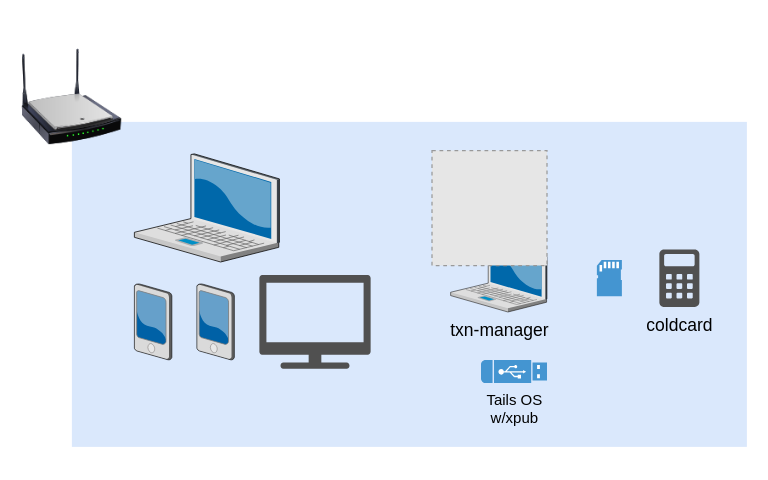
This is page "Level-3" (3 of 12) of saving.drawio from rschristopher/rschristopher.github.io, a draw.io file, before an edit. Source tidied: cells renumbered, new cells numbered last; positions are measured from the earlier drawing's top-left corner, leaving out a move shared by most shapes. Both pictures are drawn from the tidied source at 125%, with x=0, y=0 at pixel (21, 46). Pictures stored in the file or linked from it are replaced by grey dashed boxes.
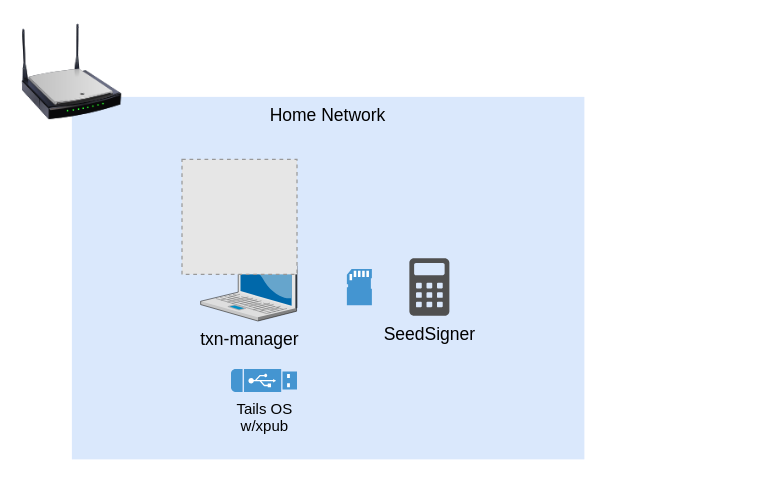
After the change.

Change to the diagram source:
```diff
@@
 <mxGraphModel>
   <root>
     <mxCell id="0" />
     <mxCell id="1" parent="0" />
-    <mxCell id="2" style="whiteSpace=wrap;html=1;fillColor=#dae8fc;fontSize=14;strokeColor=none;verticalAlign=top;" parent="1" vertex="1">
-      <mxGeometry x="40" y="60" width="540" height="260" as="geometry" />
+    <mxCell id="2" value="Home Network" style="whiteSpace=wrap;html=1;fillColor=#dae8fc;fontSize=14;strokeColor=none;verticalAlign=top;" parent="1" vertex="1">
+      <mxGeometry x="40" y="40" width="410" height="290" as="geometry" />
     </mxCell>
-    <mxCell id="3" style="verticalLabelPosition=bottom;html=1;verticalAlign=top;strokeColor=none;shape=mxgraph.citrix.laptop_2;fillColor=#66B2FF;gradientColor=#0066CC;fontSize=14;" parent="1" vertex="1">
-      <mxGeometry x="90" y="85.6" width="116" height="86.5" as="geometry" />
-    </mxCell>
-    <mxCell id="4" style="verticalLabelPosition=bottom;html=1;verticalAlign=top;strokeColor=none;shape=mxgraph.citrix.pda;fillColor=#66B2FF;gradientColor=#0066CC;fontSize=14;" parent="1" vertex="1">
-      <mxGeometry x="90" y="189.5" width="30" height="61" as="geometry" />
-    </mxCell>
     <mxCell id="5" style="image;html=1;image=img/lib/clip_art/networking/Wireless_Router_N_128x128.png;" parent="1" vertex="1">
-      <mxGeometry width="80" height="80" as="geometry" />
+      <mxGeometry y="-20" width="80" height="80" as="geometry" />
     </mxCell>
-    <mxCell id="6" style="shadow=0;dashed=0;html=1;strokeColor=none;fillColor=#4495D1;labelPosition=center;verticalLabelPosition=bottom;verticalAlign=top;align=center;shape=mxgraph.veeam.sd_card;labelBackgroundColor=#E6E6E6;" parent="1" vertex="1">
-      <mxGeometry x="460" y="170.5" width="20" height="29" as="geometry" />
-    </mxCell>
-    <mxCell id="7" style="verticalLabelPosition=bottom;html=1;verticalAlign=top;strokeColor=none;shape=mxgraph.citrix.pda;fillColor=#66B2FF;gradientColor=#0066CC;fontSize=14;" parent="1" vertex="1">
-      <mxGeometry x="140" y="189.5" width="30" height="61" as="geometry" />
-    </mxCell>
-    <mxCell id="8" style="sketch=0;shadow=0;dashed=0;html=1;strokeColor=none;fillColor=#505050;labelPosition=center;verticalLabelPosition=bottom;verticalAlign=top;align=center;shape=mxgraph.office.devices.tv;labelBackgroundColor=#FFFFFF;" parent="1" vertex="1">
-      <mxGeometry x="190" y="182.5" width="89" height="75" as="geometry" />
-    </mxCell>
     <mxCell id="9" value="txn-manager" style="verticalLabelPosition=bottom;html=1;verticalAlign=top;strokeColor=none;shape=mxgraph.citrix.laptop_2;fillColor=#66B2FF;gradientColor=#0066CC;fontSize=14;" parent="1" vertex="1">
-      <mxGeometry x="343" y="154.6" width="77.1" height="57.5" as="geometry" />
+      <mxGeometry x="143" y="161.8" width="77.1" height="57.5" as="geometry" />
     </mxCell>
     <mxCell id="10" value="Tails OS&lt;br&gt;w/xpub" style="shadow=0;dashed=0;html=1;strokeColor=none;fillColor=#4495D1;labelPosition=center;verticalLabelPosition=bottom;verticalAlign=top;align=center;shape=mxgraph.veeam.usb;labelBackgroundColor=none;" parent="1" vertex="1">
-      <mxGeometry x="367.3" y="250.5" width="52.8" height="18.4" as="geometry" />
+      <mxGeometry x="167.3" y="257.6" width="52.8" height="18.4" as="geometry" />
     </mxCell>
-    <mxCell id="11" style="fillColor=#E6E6E6;strokeColor=#999999;dashed=1;verticalLabelPosition=bottom;verticalAlign=top;labelBackgroundColor=none;" parent="1" vertex="1">
-      <mxGeometry x="328.1" y="82.9" width="92" height="92" as="geometry" />
-    </mxCell>
-    <mxCell id="12" value="&lt;font color=&quot;#000000&quot;&gt;coldcard&lt;br&gt;&lt;/font&gt;" style="sketch=0;shadow=0;dashed=0;html=1;strokeColor=none;fillColor=#505050;labelPosition=center;verticalLabelPosition=bottom;verticalAlign=top;align=center;shape=mxgraph.office.concepts.calculator;labelBackgroundColor=none;fontSize=14;fontColor=#FFFFFF;" parent="1" vertex="1">
-      <mxGeometry x="510" y="162" width="32" height="46" as="geometry" />
-    </mxCell>
+    <mxCell id="13" style="fillColor=#E6E6E6;strokeColor=#999999;dashed=1;verticalLabelPosition=bottom;verticalAlign=top;labelBackgroundColor=none;" parent="1" vertex="1">
+      <mxGeometry x="128.1" y="90" width="92" height="92" as="geometry" />
+    </mxCell>
+    <mxCell id="14" style="shadow=0;dashed=0;html=1;strokeColor=none;fillColor=#4495D1;labelPosition=center;verticalLabelPosition=bottom;verticalAlign=top;align=center;shape=mxgraph.veeam.sd_card;labelBackgroundColor=#E6E6E6;" parent="1" vertex="1">
+      <mxGeometry x="260" y="177.6" width="20" height="29" as="geometry" />
+    </mxCell>
+    <mxCell id="15" value="&lt;font color=&quot;#000000&quot;&gt;SeedSigner&lt;br&gt;&lt;/font&gt;" style="sketch=0;shadow=0;dashed=0;html=1;strokeColor=none;fillColor=#505050;labelPosition=center;verticalLabelPosition=bottom;verticalAlign=top;align=center;shape=mxgraph.office.concepts.calculator;labelBackgroundColor=none;fontSize=14;fontColor=#FFFFFF;" parent="1" vertex="1">
+      <mxGeometry x="310" y="169.1" width="32" height="46" as="geometry" />
+    </mxCell>
   </root>
 </mxGraphModel>
```
